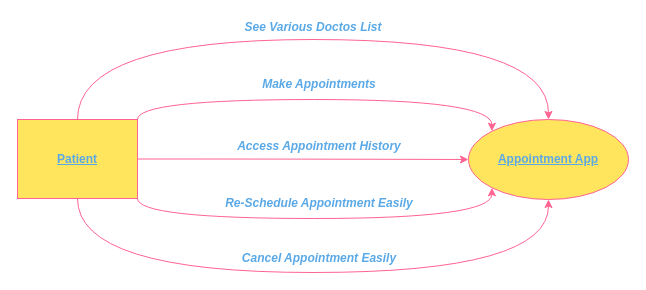
The draw.io diagram design/CFD.dio in OutdatedGuy/Sem-4-Mini-Project, before the edit. Source tidied: cells renumbered, new cells numbered last; positions are measured from the earlier drawing's top-left corner, leaving out a move shared by most shapes. Both pictures are drawn from the tidied source at 100%, with x=0, y=0 at pixel (17, 17).
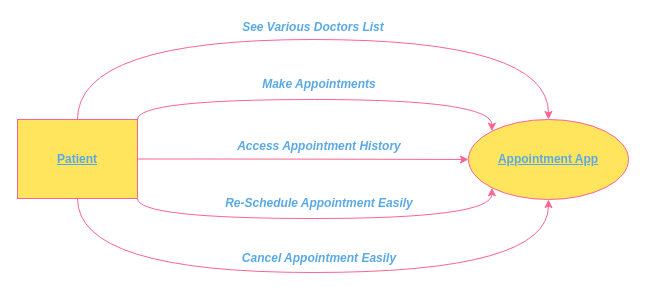
The same diagram, later.

Change to the diagram source:
```diff
@@
-    <mxCell id="12" value="See Various Doctos List" style="text;html=1;strokeColor=none;fillColor=none;align=center;verticalAlign=middle;whiteSpace=wrap;rotation=0;fontStyle=3;fontColor=#5AA9E6;" parent="1" vertex="1">
+    <mxCell id="12" value="See Various Doctors List" style="text;html=1;strokeColor=none;fillColor=none;align=center;verticalAlign=middle;whiteSpace=wrap;rotation=0;fontStyle=3;fontColor=#5AA9E6;" parent="1" vertex="1">
       <mxGeometry x="161" width="270" height="20" as="geometry" />
     </mxCell>
```
